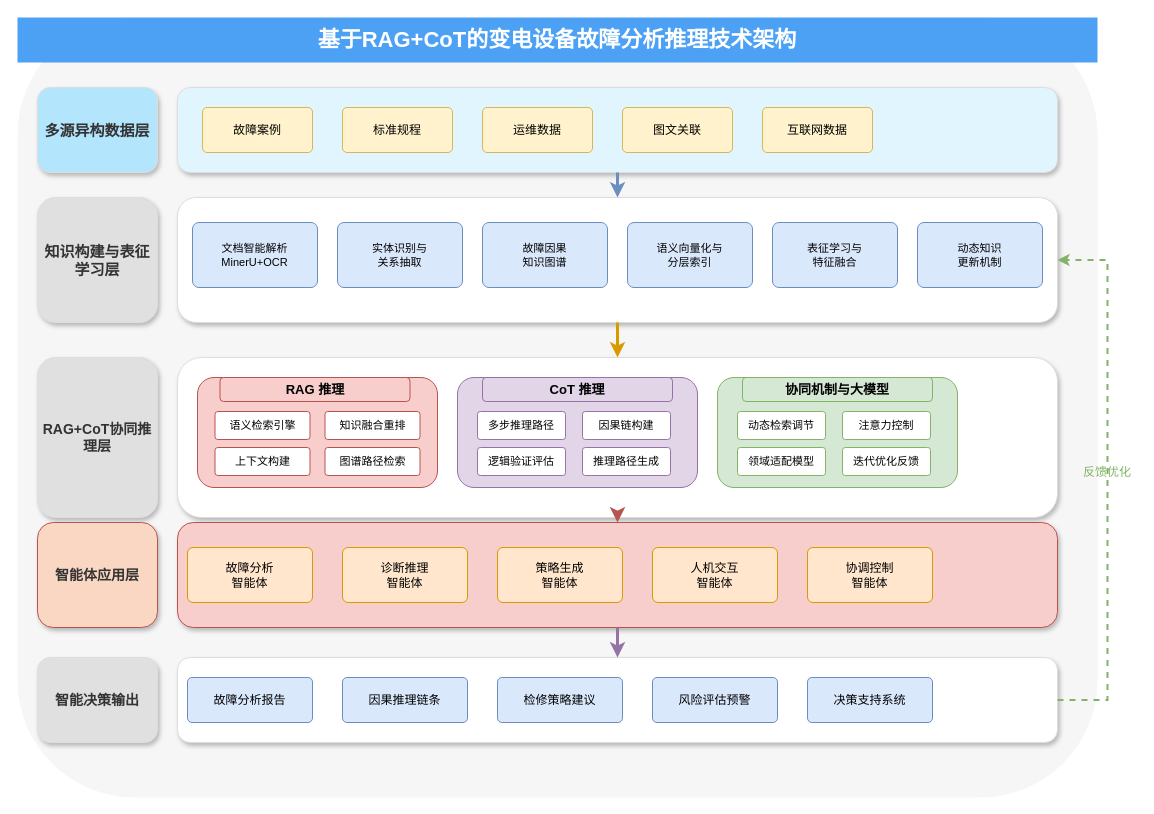
Earlier version of the draw.io diagram pic/technical_architecture.drawio (Rito-w/-). Source tidied: cells renumbered, new cells numbered last; positions are measured from the earlier drawing's top-left corner, leaving out a move shared by most shapes. Both pictures are drawn from the tidied source at 100%, with x=0, y=0 at pixel (17, 17).
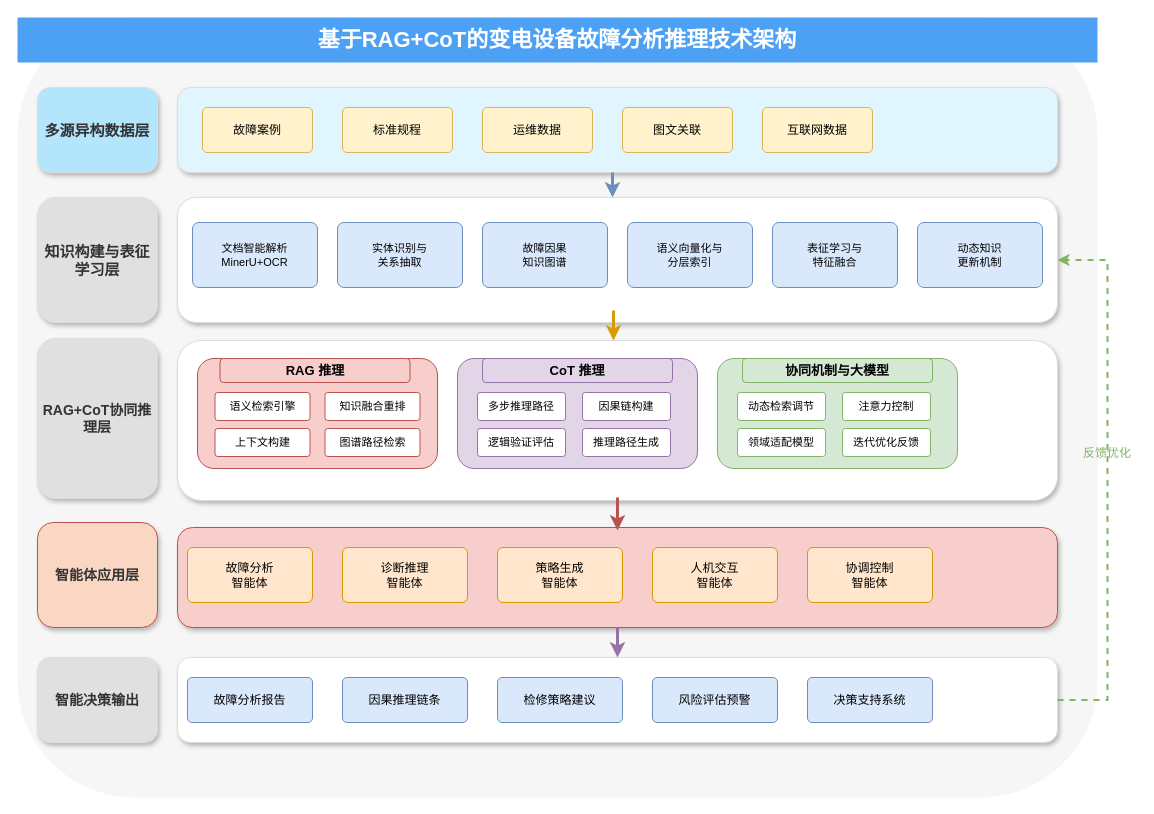
After the change.

Unchanged cells that the change refers to:
```xml
<mxCell id="5" style="rounded=1;whiteSpace=wrap;html=1;fillColor=#E1F5FE;strokeColor=#dddddd;shadow=1;strokeWidth=1;arcSize=15;" parent="1" vertex="1">
  <mxGeometry x="160" y="70" width="880" height="85" as="geometry" />
</mxCell>
<mxCell id="12" style="rounded=1;whiteSpace=wrap;html=1;fillColor=#FFFFFF;strokeColor=#dddddd;shadow=1;strokeWidth=1;arcSize=15;" parent="1" vertex="1">
  <mxGeometry x="160" y="180" width="880" height="125" as="geometry" />
</mxCell>
```

Diff of the diagram source:
```diff
@@
     <mxCell id="20" style="rounded=1;whiteSpace=wrap;html=1;fillColor=#FFFFFF;strokeColor=#dddddd;shadow=1;strokeWidth=1;arcSize=15;" parent="1" vertex="1">
-      <mxGeometry x="160" y="340" width="880" height="160" as="geometry" />
+      <mxGeometry x="160" y="323" width="880" height="160" as="geometry" />
     </mxCell>
     <mxCell id="21" value="RAG+CoT协同推理层" style="rounded=1;whiteSpace=wrap;html=1;fillColor=#E0E0E0;strokeColor=#dddddd;fontSize=14;fontStyle=1;fontColor=#333333;shadow=1;strokeWidth=1;align=center;verticalAlign=middle;arcSize=15;" parent="1" vertex="1">
-      <mxGeometry x="20" y="340" width="120" height="160" as="geometry" />
+      <mxGeometry x="20" y="321" width="120" height="160" as="geometry" />
     </mxCell>
     <mxCell id="22" style="rounded=1;whiteSpace=wrap;html=1;fillColor=#f8cecc;strokeColor=#b85450;fontSize=12;fontStyle=1;arcSize=15;" parent="1" vertex="1">
-      <mxGeometry x="180" y="360" width="240" height="110" as="geometry" />
+      <mxGeometry x="180" y="341" width="240" height="110" as="geometry" />
     </mxCell>
     <mxCell id="23" value="RAG 推理" style="rounded=1;whiteSpace=wrap;html=1;fillColor=#f8cecc;strokeColor=#b85450;fontSize=13;fontStyle=1;arcSize=15;" parent="1" vertex="1">
-      <mxGeometry x="202.5" y="360" width="190" height="24" as="geometry" />
+      <mxGeometry x="202.5" y="341" width="190" height="24" as="geometry" />
     </mxCell>
     <mxCell id="24" value="语义检索引擎" style="rounded=1;whiteSpace=wrap;html=1;fillColor=#ffffff;strokeColor=#b85450;arcSize=10;fontSize=11;" parent="1" vertex="1">
-      <mxGeometry x="197.5" y="394" width="95" height="28" as="geometry" />
+      <mxGeometry x="197.5" y="375" width="95" height="28" as="geometry" />
     </mxCell>
     <mxCell id="25" value="知识融合重排" style="rounded=1;whiteSpace=wrap;html=1;fillColor=#ffffff;strokeColor=#b85450;arcSize=10;fontSize=11;" parent="1" vertex="1">
-      <mxGeometry x="307.5" y="394" width="95" height="28" as="geometry" />
+      <mxGeometry x="307.5" y="375" width="95" height="28" as="geometry" />
     </mxCell>
     <mxCell id="26" value="上下文构建" style="rounded=1;whiteSpace=wrap;html=1;fillColor=#ffffff;strokeColor=#b85450;arcSize=10;fontSize=11;" parent="1" vertex="1">
-      <mxGeometry x="197.5" y="430" width="95" height="28" as="geometry" />
+      <mxGeometry x="197.5" y="411" width="95" height="28" as="geometry" />
     </mxCell>
     <mxCell id="27" value="图谱路径检索" style="rounded=1;whiteSpace=wrap;html=1;fillColor=#ffffff;strokeColor=#b85450;arcSize=10;fontSize=11;" parent="1" vertex="1">
-      <mxGeometry x="307.5" y="430" width="95" height="28" as="geometry" />
+      <mxGeometry x="307.5" y="411" width="95" height="28" as="geometry" />
     </mxCell>
     <mxCell id="28" style="rounded=1;whiteSpace=wrap;html=1;fillColor=#e1d5e7;strokeColor=#9673a6;fontSize=12;fontStyle=1;arcSize=15;" parent="1" vertex="1">
-      <mxGeometry x="440" y="360" width="240" height="110" as="geometry" />
+      <mxGeometry x="440" y="341" width="240" height="110" as="geometry" />
     </mxCell>
     <mxCell id="29" value="CoT 推理" style="rounded=1;whiteSpace=wrap;html=1;fillColor=#e1d5e7;strokeColor=#9673a6;fontSize=13;fontStyle=1;arcSize=15;" parent="1" vertex="1">
-      <mxGeometry x="465" y="360" width="190" height="24" as="geometry" />
+      <mxGeometry x="465" y="341" width="190" height="24" as="geometry" />
     </mxCell>
     <mxCell id="30" value="多步推理路径" style="rounded=1;whiteSpace=wrap;html=1;fillColor=#ffffff;strokeColor=#9673a6;arcSize=10;fontSize=11;" parent="1" vertex="1">
-      <mxGeometry x="460" y="394" width="88" height="28" as="geometry" />
+      <mxGeometry x="460" y="375" width="88" height="28" as="geometry" />
     </mxCell>
     <mxCell id="31" value="因果链构建" style="rounded=1;whiteSpace=wrap;html=1;fillColor=#ffffff;strokeColor=#9673a6;arcSize=10;fontSize=11;" parent="1" vertex="1">
-      <mxGeometry x="565" y="394" width="88" height="28" as="geometry" />
+      <mxGeometry x="565" y="375" width="88" height="28" as="geometry" />
     </mxCell>
     <mxCell id="32" value="逻辑验证评估" style="rounded=1;whiteSpace=wrap;html=1;fillColor=#ffffff;strokeColor=#9673a6;arcSize=10;fontSize=11;" parent="1" vertex="1">
-      <mxGeometry x="460" y="430" width="88" height="28" as="geometry" />
+      <mxGeometry x="460" y="411" width="88" height="28" as="geometry" />
     </mxCell>
     <mxCell id="33" value="推理路径生成" style="rounded=1;whiteSpace=wrap;html=1;fillColor=#ffffff;strokeColor=#9673a6;arcSize=10;fontSize=11;" parent="1" vertex="1">
-      <mxGeometry x="565" y="430" width="88" height="28" as="geometry" />
+      <mxGeometry x="565" y="411" width="88" height="28" as="geometry" />
     </mxCell>
     <mxCell id="34" style="rounded=1;whiteSpace=wrap;html=1;fillColor=#d5e8d4;strokeColor=#82b366;fontSize=12;fontStyle=1;arcSize=15;" parent="1" vertex="1">
-      <mxGeometry x="700" y="360" width="240" height="110" as="geometry" />
+      <mxGeometry x="700" y="341" width="240" height="110" as="geometry" />
     </mxCell>
     <mxCell id="35" value="协同机制与大模型" style="rounded=1;whiteSpace=wrap;html=1;fillColor=#d5e8d4;strokeColor=#82b366;fontSize=13;fontStyle=1;arcSize=15;" parent="1" vertex="1">
-      <mxGeometry x="725" y="360" width="190" height="24" as="geometry" />
+      <mxGeometry x="725" y="341" width="190" height="24" as="geometry" />
     </mxCell>
     <mxCell id="36" value="动态检索调节" style="rounded=1;whiteSpace=wrap;html=1;fillColor=#ffffff;strokeColor=#82b366;arcSize=10;fontSize=11;" parent="1" vertex="1">
-      <mxGeometry x="720" y="394" width="88" height="28" as="geometry" />
+      <mxGeometry x="720" y="375" width="88" height="28" as="geometry" />
     </mxCell>
     <mxCell id="37" value="注意力控制" style="rounded=1;whiteSpace=wrap;html=1;fillColor=#ffffff;strokeColor=#82b366;arcSize=10;fontSize=11;" parent="1" vertex="1">
-      <mxGeometry x="825" y="394" width="88" height="28" as="geometry" />
+      <mxGeometry x="825" y="375" width="88" height="28" as="geometry" />
     </mxCell>
     <mxCell id="38" value="领域适配模型" style="rounded=1;whiteSpace=wrap;html=1;fillColor=#ffffff;strokeColor=#82b366;arcSize=10;fontSize=11;" parent="1" vertex="1">
-      <mxGeometry x="720" y="430" width="88" height="28" as="geometry" />
+      <mxGeometry x="720" y="411" width="88" height="28" as="geometry" />
     </mxCell>
     <mxCell id="39" value="迭代优化反馈" style="rounded=1;whiteSpace=wrap;html=1;fillColor=#ffffff;strokeColor=#82b366;arcSize=10;fontSize=11;" parent="1" vertex="1">
-      <mxGeometry x="825" y="430" width="88" height="28" as="geometry" />
+      <mxGeometry x="825" y="411" width="88" height="28" as="geometry" />
     </mxCell>
     <mxCell id="40" style="rounded=1;whiteSpace=wrap;html=1;fillColor=#f8cecc;strokeColor=#b85450;shadow=1;strokeWidth=1;arcSize=15;" parent="1" vertex="1">
-      <mxGeometry x="160" y="505" width="880" height="105" as="geometry" />
+      <mxGeometry x="160" y="510" width="880" height="100" as="geometry" />
     </mxCell>
@@
-    <mxCell id="54" style="edgeStyle=orthogonalEdgeStyle;rounded=0;jettySize=auto;html=1;exitX=0.5;exitY=1;entryX=0.5;entryY=0;strokeWidth=3;strokeColor=#6c8ebf;" parent="1" edge="1" source="5" target="12">
-      <mxGeometry relative="1" as="geometry" />
+    <mxCell id="54" style="edgeStyle=orthogonalEdgeStyle;rounded=0;orthogonalLoop=1;jettySize=auto;html=1;exitX=0.5;exitY=1;entryX=0.5;entryY=0;strokeWidth=3;strokeColor=#6c8ebf;" parent="1" edge="1">
+      <mxGeometry relative="1" as="geometry">
+        <mxPoint x="595" y="155" as="sourcePoint" />
+        <mxPoint x="595" y="180" as="targetPoint" />
+      </mxGeometry>
     </mxCell>
-    <mxCell id="55" style="edgeStyle=orthogonalEdgeStyle;rounded=0;jettySize=auto;html=1;exitX=0.5;exitY=1;entryX=0.5;entryY=0;strokeWidth=3;strokeColor=#d79b00;" parent="1" edge="1" source="12" target="20">
-      <mxGeometry relative="1" as="geometry" />
+    <mxCell id="55" style="edgeStyle=orthogonalEdgeStyle;rounded=0;orthogonalLoop=1;jettySize=auto;html=1;entryX=0.5;entryY=0;strokeWidth=3;strokeColor=#d79b00;" parent="1" edge="1">
+      <mxGeometry relative="1" as="geometry">
+        <mxPoint x="596" y="293" as="sourcePoint" />
+        <mxPoint x="596" y="323" as="targetPoint" />
+      </mxGeometry>
     </mxCell>
-    <mxCell id="56" style="edgeStyle=orthogonalEdgeStyle;rounded=0;jettySize=auto;html=1;exitX=0.5;exitY=1;entryX=0.5;entryY=0;strokeWidth=3;strokeColor=#b85450;" parent="1" edge="1" source="20" target="40">
-      <mxGeometry relative="1" as="geometry" />
+    <mxCell id="56" style="edgeStyle=orthogonalEdgeStyle;rounded=0;orthogonalLoop=1;jettySize=auto;html=1;entryX=0.5;entryY=0;strokeWidth=3;strokeColor=#b85450;" parent="1" edge="1">
+      <mxGeometry relative="1" as="geometry">
+        <mxPoint x="600" y="480" as="sourcePoint" />
+        <mxPoint x="600" y="513" as="targetPoint" />
+        <Array as="points">
+          <mxPoint x="600" y="480" />
+        </Array>
+      </mxGeometry>
     </mxCell>
@@
     <mxCell id="59" value="反馈优化" style="text;html=1;strokeColor=none;fillColor=none;align=center;verticalAlign=middle;whiteSpace=wrap;rounded=0;fontSize=12;fontColor=#82b366;" parent="1" vertex="1">
-      <mxGeometry x="1060" y="445" width="60" height="20" as="geometry" />
+      <mxGeometry x="1060" y="426" width="60" height="20" as="geometry" />
     </mxCell>
```
